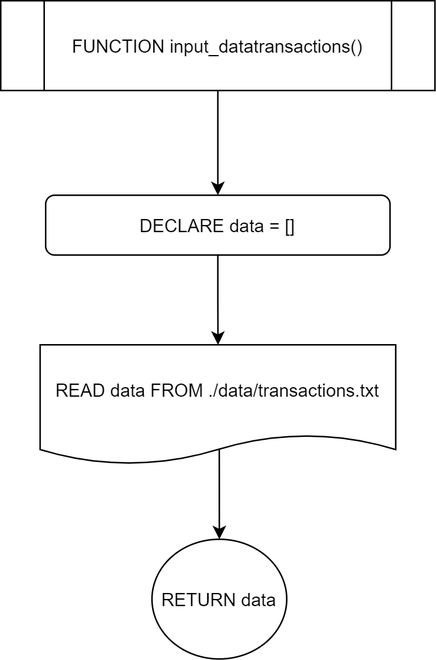
The draw.io diagram Flowchart/default/input_datatransactions.png in RabbitBear00/Car-Rental-System, before a commit. Source tidied: cells renumbered, new cells last; positions are measured from the earlier drawing's top-left corner, leaving out a move shared by most shapes.
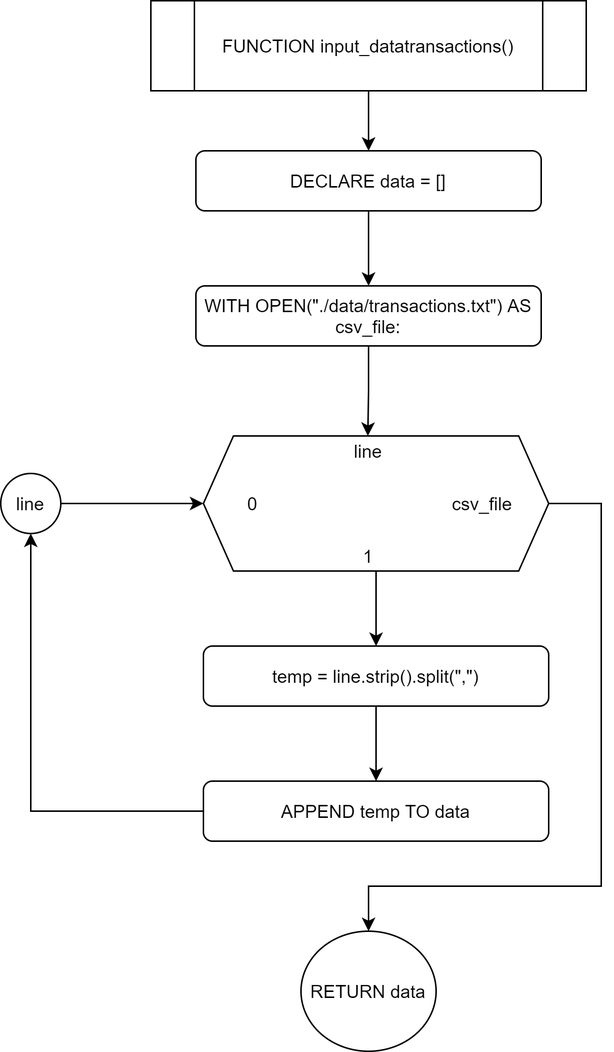
The same diagram one commit later.

The edit, as a diff of the source:
```diff
@@ -6,22 +6,70 @@
       <mxGeometry relative="1" as="geometry" />
     </mxCell>
     <mxCell id="3" value="FUNCTION input_datatransactions()" style="shape=process;whiteSpace=wrap;html=1;backgroundOutline=1;" parent="1" vertex="1">
-      <mxGeometry width="290" height="60" as="geometry" />
+      <mxGeometry x="480" width="290" height="60" as="geometry" />
     </mxCell>
-    <mxCell id="4" style="edgeStyle=orthogonalEdgeStyle;rounded=0;jettySize=auto;html=1;" parent="1" edge="1" source="5" target="7">
-      <mxGeometry relative="1" as="geometry" />
-    </mxCell>
+    <mxCell id="8" value="RETURN data" style="ellipse;whiteSpace=wrap;html=1;" parent="1" vertex="1">
+      <mxGeometry x="580" y="620" width="90" height="80" as="geometry" />
+    </mxCell>
+    <mxCell id="9" style="edgeStyle=orthogonalEdgeStyle;rounded=0;jettySize=auto;html=1;entryX=0.5;entryY=0;entryDx=0;entryDy=0;" parent="1" edge="1" source="10" target="13">
+      <mxGeometry relative="1" as="geometry" />
+    </mxCell>
+    <mxCell id="10" value="WITH OPEN(&quot;./data/transactions.txt&quot;) AS csv_file:" style="rounded=1;whiteSpace=wrap;html=1;" parent="1" vertex="1">
+      <mxGeometry x="510" y="190" width="230" height="40" as="geometry" />
+    </mxCell>
+    <mxCell id="11" style="group;" parent="1" vertex="1">
+      <mxGeometry x="515" y="290" width="230" height="90" as="geometry" />
+    </mxCell>
+    <mxCell id="12" style="shape=hexagon;perimeter=hexagonPerimeter2;whiteSpace=wrap;html=1;fixedSize=1;" parent="11" vertex="1">
+      <mxGeometry width="230" height="90" as="geometry" />
+    </mxCell>
+    <mxCell id="13" value="line" style="text;html=1;strokeColor=none;fillColor=none;align=center;verticalAlign=middle;whiteSpace=wrap;rounded=0;" parent="11" vertex="1">
+      <mxGeometry x="87.6" width="43.8" height="20" as="geometry" />
+    </mxCell>
+    <mxCell id="14" value="0" style="text;html=1;strokeColor=none;fillColor=none;align=center;verticalAlign=middle;whiteSpace=wrap;rounded=0;" parent="11" vertex="1">
+      <mxGeometry x="11" y="35" width="43.8" height="20" as="geometry" />
+    </mxCell>
+    <mxCell id="15" value="1" style="text;html=1;strokeColor=none;fillColor=none;align=center;verticalAlign=middle;whiteSpace=wrap;rounded=0;" parent="11" vertex="1">
+      <mxGeometry x="87.6" y="70" width="43.8" height="20" as="geometry" />
+    </mxCell>
+    <mxCell id="16" value="csv_file" style="text;html=1;strokeColor=none;fillColor=none;align=center;verticalAlign=middle;whiteSpace=wrap;rounded=0;" parent="11" vertex="1">
+      <mxGeometry x="164.3" y="35" width="43.8" height="20" as="geometry" />
+    </mxCell>
+    <mxCell id="17" style="edgeStyle=orthogonalEdgeStyle;rounded=0;jettySize=auto;html=1;" parent="1" edge="1" source="18" target="20">
+      <mxGeometry relative="1" as="geometry" />
+    </mxCell>
+    <mxCell id="18" value="temp = line.strip().split(&quot;,&quot;)" style="rounded=1;whiteSpace=wrap;html=1;" parent="1" vertex="1">
+      <mxGeometry x="515" y="430" width="230" height="40" as="geometry" />
+    </mxCell>
+    <mxCell id="19" style="edgeStyle=orthogonalEdgeStyle;rounded=0;jettySize=auto;html=1;entryX=0.5;entryY=1;entryDx=0;entryDy=0;" parent="1" edge="1" source="20" target="23">
+      <mxGeometry relative="1" as="geometry" />
+    </mxCell>
+    <mxCell id="20" value="APPEND temp TO data" style="rounded=1;whiteSpace=wrap;html=1;" parent="1" vertex="1">
+      <mxGeometry x="515" y="520" width="230" height="40" as="geometry" />
+    </mxCell>
+    <mxCell id="21" style="edgeStyle=orthogonalEdgeStyle;rounded=0;jettySize=auto;html=1;" parent="1" edge="1" source="12" target="18">
+      <mxGeometry relative="1" as="geometry" />
+    </mxCell>
+    <mxCell id="22" style="edgeStyle=orthogonalEdgeStyle;rounded=0;jettySize=auto;html=1;entryX=0;entryY=0.5;entryDx=0;entryDy=0;" parent="1" edge="1" source="23" target="12">
+      <mxGeometry relative="1" as="geometry" />
+    </mxCell>
+    <mxCell id="23" value="line" style="ellipse;whiteSpace=wrap;html=1;" parent="1" vertex="1">
+      <mxGeometry x="380" y="315" width="40" height="40" as="geometry" />
+    </mxCell>
+    <mxCell id="24" style="edgeStyle=orthogonalEdgeStyle;rounded=0;jettySize=auto;html=1;entryX=0.5;entryY=0;entryDx=0;entryDy=0;" parent="1" edge="1" source="12" target="8">
+      <mxGeometry relative="1" as="geometry">
+        <Array as="points">
+          <mxPoint x="780" y="335" />
+          <mxPoint x="780" y="590" />
+          <mxPoint x="625" y="590" />
+        </Array>
+      </mxGeometry>
+    </mxCell>
+    <mxCell id="25" style="edgeStyle=orthogonalEdgeStyle;rounded=0;jettySize=auto;html=1;" parent="1" edge="1" source="5" target="10">
+      <mxGeometry relative="1" as="geometry" />
+    </mxCell>
     <mxCell id="5" value="DECLARE data = []" style="rounded=1;whiteSpace=wrap;html=1;" parent="1" vertex="1">
-      <mxGeometry x="30" y="130" width="230" height="40" as="geometry" />
+      <mxGeometry x="510" y="100" width="230" height="40" as="geometry" />
     </mxCell>
-    <mxCell id="6" style="edgeStyle=orthogonalEdgeStyle;rounded=0;jettySize=auto;html=1;exitX=0.504;exitY=0.863;exitDx=0;exitDy=0;exitPerimeter=0;" parent="1" edge="1" source="7" target="8">
-      <mxGeometry relative="1" as="geometry" />
-    </mxCell>
-    <mxCell id="7" value="&lt;span&gt;READ data FROM&amp;nbsp;&lt;/span&gt;./data/transactions.txt" style="shape=document;whiteSpace=wrap;html=1;boundedLbl=1;size=0.25;" parent="1" vertex="1">
-      <mxGeometry x="26.2" y="230" width="237.5" height="80" as="geometry" />
-    </mxCell>
-    <mxCell id="8" value="RETURN data" style="ellipse;whiteSpace=wrap;html=1;" parent="1" vertex="1">
-      <mxGeometry x="101" y="360" width="90" height="80" as="geometry" />
-    </mxCell>
   </root>
 </mxGraphModel>
```
